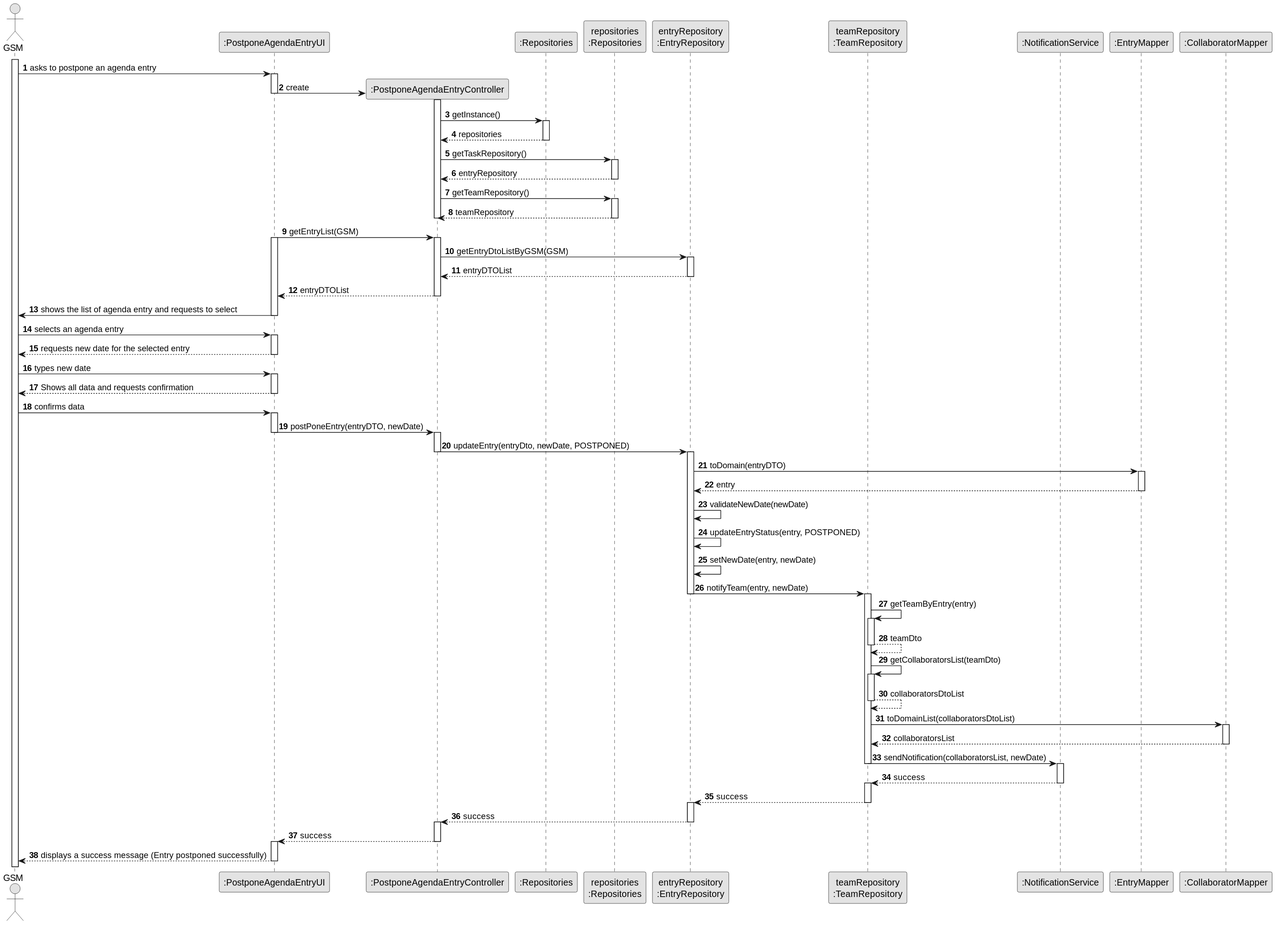
This is docs/sprintC/us024/03.design/svg/us024-sequence-diagram-full.svg from ricardomm7/leaflink, a PlantUML export, as it was before one commit.
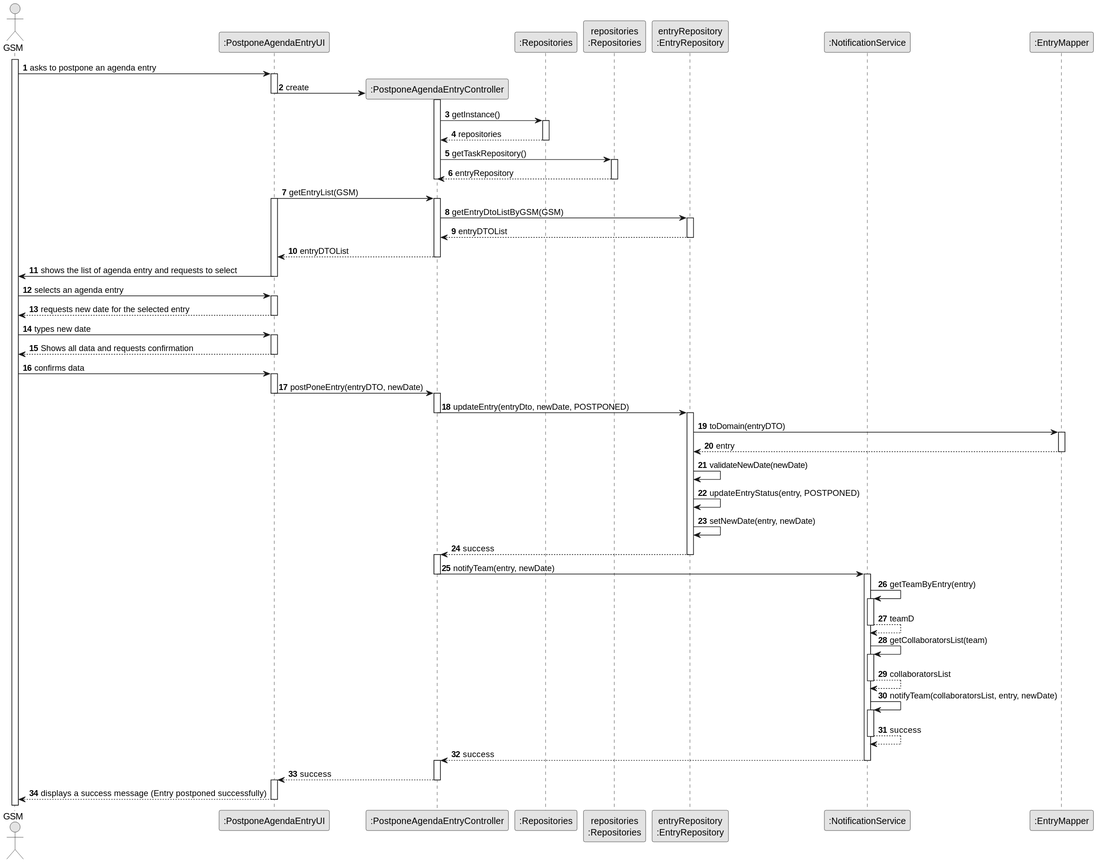
After the commit.

What changed in the source:
```diff
@@ -11,10 +11,8 @@
 participant ":Repositories" as RepositorySingleton
 participant "repositories\n:Repositories" as PLAT
 participant "entryRepository\n:EntryRepository" as EntryRepo
-participant "teamRepository\n:TeamRepository" as TeamRepo
 participant ":NotificationService" as NotificationService
 participant ":EntryMapper" as EntryMapper
-participant ":CollaboratorMapper" as CollaboratorMapper
 
 
 activate GSM
@@ -38,11 +36,6 @@
                 PLAT --> CTRL : entryRepository
             deactivate PLAT
 
-            CTRL -> PLAT : getTeamRepository()
-            activate PLAT
-
-            PLAT --> CTRL : teamRepository
-            deactivate PLAT
              deactivate CTRL
 
         deactivate UI
@@ -98,44 +91,34 @@
                 EntryRepo -> EntryRepo : updateEntryStatus(entry, POSTPONED)
                 EntryRepo -> EntryRepo : setNewDate(entry, newDate)
 
-            EntryRepo -> TeamRepo : notifyTeam(entry, newDate)
+            EntryRepo --> CTRL : success
             deactivate EntryRepo
+            activate CTRL
 
-                deactivate EntryRepo
-                activate TeamRepo
+            CTRL -> NotificationService : notifyTeam(entry, newDate)
+            deactivate CTRL
+            activate NotificationService
 
-                    TeamRepo -> TeamRepo : getTeamByEntry(entry)
-                    activate TeamRepo
+                NotificationService -> NotificationService : getTeamByEntry(entry)
+                activate NotificationService
 
-                    TeamRepo --> TeamRepo : teamDto
-                    deactivate TeamRepo
+                NotificationService --> NotificationService : teamD
+                deactivate NotificationService
 
-                    TeamRepo -> TeamRepo : getCollaboratorsList(teamDto)
-                    activate TeamRepo
+                NotificationService -> NotificationService : getCollaboratorsList(team)
+                activate NotificationService
 
-                    TeamRepo --> TeamRepo : collaboratorsDtoList
-                    deactivate TeamRepo
+                NotificationService --> NotificationService : collaboratorsList
+                deactivate NotificationService
 
-                    TeamRepo -> CollaboratorMapper : toDomainList(collaboratorsDtoList)
-                    activate CollaboratorMapper
+                NotificationService -> NotificationService : notifyTeam(collaboratorsList, entry, newDate)
+                activate NotificationService
 
-                    CollaboratorMapper --> TeamRepo : collaboratorsList
-                    deactivate CollaboratorMapper
+                NotificationService --> NotificationService : success
+                deactivate NotificationService
 
-                    TeamRepo -> NotificationService : sendNotification(collaboratorsList, newDate)
-                    deactivate TeamRepo
-                    activate NotificationService
-
-                        NotificationService --> TeamRepo : success
-                    deactivate NotificationService
-                    activate TeamRepo
-
-                TeamRepo --> EntryRepo : success
-                deactivate TeamRepo
-                activate EntryRepo
-
-        EntryRepo --> CTRL : success
-        deactivate EntryRepo
+                NotificationService --> CTRL : success
+                deactivate NotificationService
         activate CTRL
 
         CTRL --> UI : success
```
